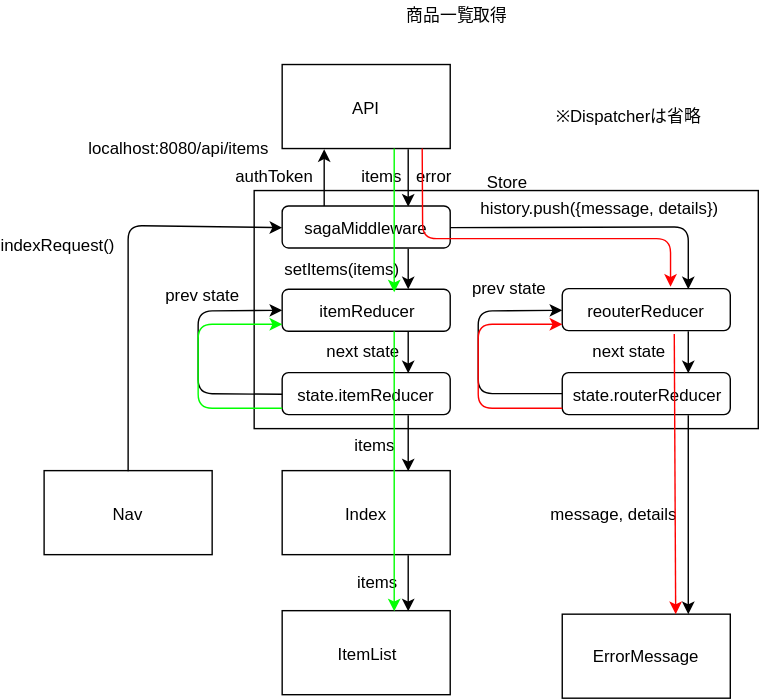
Before: diagram/dataFlow/index.svg, a diagram exported from draw.io (emgniddikur/react-app). Source tidied: cells renumbered, new cells last; positions are measured from the earlier drawing's top-left corner, leaving out a move shared by most shapes.
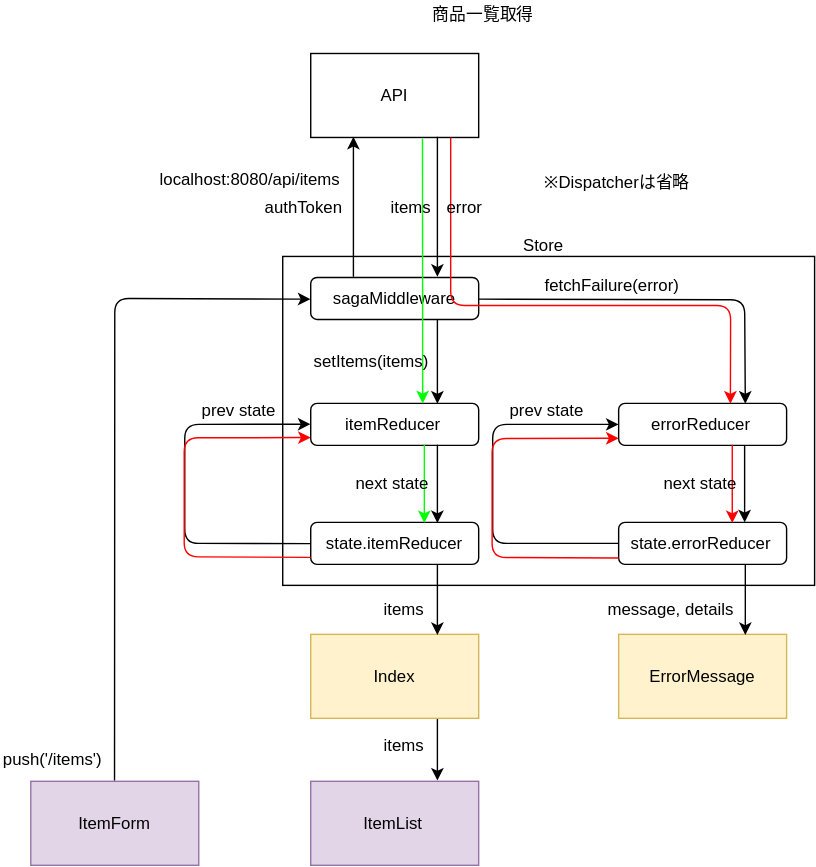
Later version of the same file.

Change to the diagram source:
```diff
@@ -2,193 +2,192 @@
   <root>
     <mxCell id="0" />
     <mxCell id="1" parent="0" />
-    <mxCell id="2" value="Index" style="rounded=0;whiteSpace=wrap;html=1;" parent="1" vertex="1">
-      <mxGeometry x="180" y="334.5" width="120" height="60" as="geometry" />
-    </mxCell>
-    <mxCell id="3" style="rounded=0;whiteSpace=wrap;html=1;" parent="1" vertex="1">
-      <mxGeometry x="160" y="134.5" width="360" height="170" as="geometry" />
-    </mxCell>
-    <mxCell id="4" value="ItemList" style="rounded=0;whiteSpace=wrap;html=1;" parent="1" vertex="1">
-      <mxGeometry x="180" y="434.5" width="120" height="60" as="geometry" />
-    </mxCell>
-    <mxCell id="5" style="endArrow=classic;html=1;entryX=0.75;entryY=0;entryDx=0;entryDy=0;exitX=0.75;exitY=1;exitDx=0;exitDy=0;" parent="1" edge="1" source="2" target="4">
-      <mxGeometry relative="1" as="geometry" />
-    </mxCell>
+    <mxCell id="48" style="rounded=0;whiteSpace=wrap;html=1;" parent="1" vertex="1">
+      <mxGeometry x="811.5" y="144.5" width="380" height="235" as="geometry" />
+    </mxCell>
+    <mxCell id="8" value="API&lt;br&gt;" style="rounded=0;whiteSpace=wrap;html=1;" parent="1" vertex="1">
+      <mxGeometry x="831.5" y="-0.5" width="120" height="60" as="geometry" />
+    </mxCell>
+    <mxCell id="9" value="sagaMiddleware" style="rounded=1;whiteSpace=wrap;html=1;" parent="1" vertex="1">
+      <mxGeometry x="831.5" y="159.5" width="120" height="30" as="geometry" />
+    </mxCell>
     <mxCell id="6" style="endArrow=classic;html=1;entryX=0.25;entryY=1;entryDx=0;entryDy=0;exitX=0.25;exitY=0;exitDx=0;exitDy=0;" parent="1" edge="1" source="9" target="8">
       <mxGeometry relative="1" as="geometry" />
     </mxCell>
     <mxCell id="7" style="endArrow=classic;html=1;entryX=0.75;entryY=0;entryDx=0;entryDy=0;exitX=0.75;exitY=1;exitDx=0;exitDy=0;" parent="1" edge="1" source="8" target="9">
       <mxGeometry relative="1" as="geometry" />
     </mxCell>
-    <mxCell id="8" value="API&lt;br&gt;" style="rounded=0;whiteSpace=wrap;html=1;" parent="1" vertex="1">
-      <mxGeometry x="180" y="44.5" width="120" height="60" as="geometry" />
-    </mxCell>
-    <mxCell id="9" value="sagaMiddleware" style="rounded=1;whiteSpace=wrap;html=1;" parent="1" vertex="1">
-      <mxGeometry x="180" y="145.5" width="120" height="30" as="geometry" />
-    </mxCell>
+    <mxCell id="14" value="itemReducer" style="rounded=1;whiteSpace=wrap;html=1;" parent="1" vertex="1">
+      <mxGeometry x="831.5" y="249.5" width="120" height="30" as="geometry" />
+    </mxCell>
+    <mxCell id="13" style="endArrow=classic;html=1;entryX=0.75;entryY=0;entryDx=0;entryDy=0;exitX=0.75;exitY=1;exitDx=0;exitDy=0;" parent="1" edge="1" source="9" target="14">
+      <mxGeometry relative="1" as="geometry" />
+    </mxCell>
+    <mxCell id="26" value="authToken" style="text;html=1;align=left;verticalAlign=top;spacingTop=-4;" parent="1" vertex="1">
+      <mxGeometry x="796.5" y="99.5" width="70" height="20" as="geometry" />
+    </mxCell>
+    <mxCell id="38" value="localhost:8080/api/items" style="text;html=1;align=left;verticalAlign=top;spacingTop=-4;" parent="1" vertex="1">
+      <mxGeometry x="721.5" y="79.5" width="140" height="20" as="geometry" />
+    </mxCell>
+    <mxCell id="49" value="errorReducer&lt;br&gt;" style="rounded=1;whiteSpace=wrap;html=1;" parent="1" vertex="1">
+      <mxGeometry x="1051.5" y="249.5" width="120" height="30" as="geometry" />
+    </mxCell>
+    <mxCell id="50" style="endArrow=classic;html=1;entryX=0.75;entryY=0;entryDx=0;entryDy=0;exitX=1;exitY=0.5;exitDx=0;exitDy=0;" parent="1" edge="1" source="9" target="49">
+      <mxGeometry relative="1" as="geometry">
+        <Array as="points">
+          <mxPoint x="1141.5" y="175.5" />
+        </Array>
+      </mxGeometry>
+    </mxCell>
     <mxCell id="10" value="state.itemReducer" style="rounded=1;whiteSpace=wrap;html=1;" parent="1" vertex="1">
-      <mxGeometry x="180" y="264.5" width="120" height="30" as="geometry" />
+      <mxGeometry x="831.5" y="334.5" width="120" height="30" as="geometry" />
     </mxCell>
-    <mxCell id="11" value="Nav" style="rounded=0;whiteSpace=wrap;html=1;" parent="1" vertex="1">
-      <mxGeometry x="10" y="334.5" width="120" height="60" as="geometry" />
-    </mxCell>
-    <mxCell id="12" style="endArrow=classic;html=1;entryX=0;entryY=0.5;entryDx=0;entryDy=0;exitX=0.5;exitY=0;exitDx=0;exitDy=0;" parent="1" edge="1" source="11" target="9">
-      <mxGeometry relative="1" as="geometry">
-        <Array as="points">
-          <mxPoint x="70" y="159.5" />
-        </Array>
-      </mxGeometry>
-    </mxCell>
-    <mxCell id="13" style="endArrow=classic;html=1;entryX=0.75;entryY=0;entryDx=0;entryDy=0;exitX=0.75;exitY=1;exitDx=0;exitDy=0;" parent="1" edge="1" source="9" target="14">
-      <mxGeometry relative="1" as="geometry" />
-    </mxCell>
-    <mxCell id="14" value="itemReducer" style="rounded=1;whiteSpace=wrap;html=1;" parent="1" vertex="1">
-      <mxGeometry x="180" y="205" width="120" height="30" as="geometry" />
-    </mxCell>
-    <mxCell id="15" style="endArrow=classic;html=1;entryX=0.75;entryY=0;entryDx=0;entryDy=0;exitX=0.75;exitY=1;exitDx=0;exitDy=0;" parent="1" edge="1" source="14" target="10">
-      <mxGeometry relative="1" as="geometry" />
-    </mxCell>
+    <mxCell id="51" style="endArrow=classic;html=1;entryX=0.75;entryY=0;entryDx=0;entryDy=0;exitX=0.75;exitY=1;exitDx=0;exitDy=0;" parent="1" edge="1" source="14" target="10">
+      <mxGeometry relative="1" as="geometry" />
+    </mxCell>
     <mxCell id="16" style="endArrow=classic;html=1;entryX=0;entryY=0.5;entryDx=0;entryDy=0;exitX=0;exitY=0.5;exitDx=0;exitDy=0;" parent="1" edge="1" source="10" target="14">
       <mxGeometry relative="1" as="geometry">
         <Array as="points">
-          <mxPoint x="120" y="279.5" />
-          <mxPoint x="120" y="220.5" />
+          <mxPoint x="741.5" y="349.5" />
+          <mxPoint x="741.5" y="309.5" />
+          <mxPoint x="741.5" y="264.5" />
         </Array>
       </mxGeometry>
     </mxCell>
-    <mxCell id="17" value="reouterReducer&lt;br&gt;" style="rounded=1;whiteSpace=wrap;html=1;" parent="1" vertex="1">
-      <mxGeometry x="380" y="204.5" width="120" height="30" as="geometry" />
-    </mxCell>
-    <mxCell id="18" style="endArrow=classic;html=1;entryX=0.75;entryY=0;entryDx=0;entryDy=0;exitX=1;exitY=0.5;exitDx=0;exitDy=0;" parent="1" edge="1" source="9" target="17">
-      <mxGeometry relative="1" as="geometry">
-        <Array as="points">
-          <mxPoint x="470" y="160.5" />
-        </Array>
-      </mxGeometry>
-    </mxCell>
-    <mxCell id="19" value="state.routerReducer" style="rounded=1;whiteSpace=wrap;html=1;" parent="1" vertex="1">
-      <mxGeometry x="380" y="264.5" width="120" height="30" as="geometry" />
-    </mxCell>
-    <mxCell id="20" style="endArrow=classic;html=1;entryX=0;entryY=0.5;entryDx=0;entryDy=0;exitX=0;exitY=0.5;exitDx=0;exitDy=0;" parent="1" edge="1">
-      <mxGeometry relative="1" as="geometry">
-        <mxPoint x="380" y="279.5" as="sourcePoint" />
-        <mxPoint x="380" y="220" as="targetPoint" />
-        <Array as="points">
-          <mxPoint x="320" y="279.5" />
-          <mxPoint x="320" y="220.5" />
-        </Array>
-      </mxGeometry>
-    </mxCell>
-    <mxCell id="21" style="endArrow=classic;html=1;entryX=0.75;entryY=0;entryDx=0;entryDy=0;exitX=0.75;exitY=1;exitDx=0;exitDy=0;" parent="1" edge="1" source="17" target="19">
-      <mxGeometry relative="1" as="geometry" />
-    </mxCell>
+    <mxCell id="52" value="state.errorReducer" style="rounded=1;whiteSpace=wrap;html=1;" parent="1" vertex="1">
+      <mxGeometry x="1051.5" y="334.5" width="120" height="30" as="geometry" />
+    </mxCell>
+    <mxCell id="53" style="endArrow=classic;html=1;entryX=0.75;entryY=0;entryDx=0;entryDy=0;" parent="1" edge="1">
+      <mxGeometry relative="1" as="geometry">
+        <mxPoint x="1141.5" y="279.5" as="sourcePoint" />
+        <mxPoint x="1141.5" y="334.5" as="targetPoint" />
+      </mxGeometry>
+    </mxCell>
+    <mxCell id="54" value="prev state" style="text;html=1;align=left;verticalAlign=top;spacingTop=-4;" parent="1" vertex="1">
+      <mxGeometry x="751.5" y="244.5" width="70" height="20" as="geometry" />
+    </mxCell>
+    <mxCell id="55" style="endArrow=classic;html=1;entryX=0;entryY=0.5;entryDx=0;entryDy=0;exitX=0;exitY=0.5;exitDx=0;exitDy=0;" parent="1" edge="1">
+      <mxGeometry relative="1" as="geometry">
+        <mxPoint x="1051.5" y="349.5" as="sourcePoint" />
+        <mxPoint x="1051.5" y="264.5" as="targetPoint" />
+        <Array as="points">
+          <mxPoint x="961.5" y="349.5" />
+          <mxPoint x="961.5" y="309.5" />
+          <mxPoint x="961.5" y="264.5" />
+        </Array>
+      </mxGeometry>
+    </mxCell>
+    <mxCell id="56" value="prev state" style="text;html=1;align=left;verticalAlign=top;spacingTop=-4;" parent="1" vertex="1">
+      <mxGeometry x="971.5" y="244.5" width="70" height="20" as="geometry" />
+    </mxCell>
+    <mxCell id="57" value="fetchFailure(error)" style="text;html=1;align=left;verticalAlign=top;spacingTop=-4;" parent="1" vertex="1">
+      <mxGeometry x="996.5" y="155.5" width="110" height="20" as="geometry" />
+    </mxCell>
+    <mxCell id="2" value="Index" style="rounded=0;whiteSpace=wrap;html=1;fillColor=#fff2cc;strokeColor=#d6b656;" parent="1" vertex="1">
+      <mxGeometry x="831.5" y="414.5" width="120" height="60" as="geometry" />
+    </mxCell>
+    <mxCell id="4" value="ItemList" style="rounded=0;whiteSpace=wrap;html=1;fillColor=#e1d5e7;strokeColor=#9673a6;" parent="1" vertex="1">
+      <mxGeometry x="831.5" y="519.5" width="120" height="60" as="geometry" />
+    </mxCell>
+    <mxCell id="58" value="ItemForm" style="rounded=0;whiteSpace=wrap;html=1;fillColor=#e1d5e7;strokeColor=#9673a6;" parent="1" vertex="1">
+      <mxGeometry x="631.5" y="519.5" width="120" height="60" as="geometry" />
+    </mxCell>
+    <mxCell id="33" value="ErrorMessage" style="rounded=0;whiteSpace=wrap;html=1;fillColor=#fff2cc;strokeColor=#d6b656;" parent="1" vertex="1">
+      <mxGeometry x="1051.5" y="414.5" width="120" height="60" as="geometry" />
+    </mxCell>
     <mxCell id="22" style="endArrow=classic;html=1;entryX=0.75;entryY=0;entryDx=0;entryDy=0;exitX=0.75;exitY=1;exitDx=0;exitDy=0;" parent="1" edge="1" source="10" target="2">
       <mxGeometry relative="1" as="geometry" />
     </mxCell>
+    <mxCell id="59" value="items" style="text;html=1;align=left;verticalAlign=top;spacingTop=-4;" parent="1" vertex="1">
+      <mxGeometry x="881.5" y="387" width="40" height="20" as="geometry" />
+    </mxCell>
+    <mxCell id="5" style="endArrow=classic;html=1;entryX=0.75;entryY=0;entryDx=0;entryDy=0;exitX=0.75;exitY=1;exitDx=0;exitDy=0;" parent="1" edge="1" source="2" target="4">
+      <mxGeometry relative="1" as="geometry" />
+    </mxCell>
+    <mxCell id="60" style="endArrow=classic;html=1;entryX=0.75;entryY=0;entryDx=0;entryDy=0;exitX=0.75;exitY=1;exitDx=0;exitDy=0;" parent="1" edge="1" source="52" target="33">
+      <mxGeometry relative="1" as="geometry" />
+    </mxCell>
+    <mxCell id="35" value="message, details&lt;br&gt;" style="text;html=1;align=left;verticalAlign=top;spacingTop=-4;" parent="1" vertex="1">
+      <mxGeometry x="1041.5" y="387" width="110" height="20" as="geometry" />
+    </mxCell>
+    <mxCell id="61" value="items" style="text;html=1;align=left;verticalAlign=top;spacingTop=-4;" parent="1" vertex="1">
+      <mxGeometry x="881.5" y="483.5" width="40" height="20" as="geometry" />
+    </mxCell>
+    <mxCell id="62" style="endArrow=classic;html=1;entryX=0;entryY=0.5;entryDx=0;entryDy=0;exitX=0.5;exitY=0;exitDx=0;exitDy=0;" parent="1" edge="1" source="58" target="9">
+      <mxGeometry relative="1" as="geometry">
+        <Array as="points">
+          <mxPoint x="691.5" y="174.5" />
+        </Array>
+      </mxGeometry>
+    </mxCell>
+    <mxCell id="63" value="push('/items')" style="text;html=1;align=left;verticalAlign=top;spacingTop=-4;" parent="1" vertex="1">
+      <mxGeometry x="610" y="493.5" width="90" height="20" as="geometry" />
+    </mxCell>
+    <mxCell id="64" style="endArrow=classic;html=1;strokeColor=#FF0000;entryX=0.667;entryY=0.013;entryDx=0;entryDy=0;entryPerimeter=0;" parent="1" edge="1" target="49">
+      <mxGeometry relative="1" as="geometry">
+        <mxPoint x="931.5" y="59.5" as="sourcePoint" />
+        <Array as="points">
+          <mxPoint x="931.5" y="179.5" />
+          <mxPoint x="1131.5" y="179.5" />
+        </Array>
+      </mxGeometry>
+    </mxCell>
+    <mxCell id="65" style="endArrow=classic;html=1;strokeColor=#FF0000;exitX=0.671;exitY=0.983;exitDx=0;exitDy=0;exitPerimeter=0;entryX=0.671;entryY=0;entryDx=0;entryDy=0;entryPerimeter=0;" parent="1" edge="1" source="49" target="52">
+      <mxGeometry relative="1" as="geometry" />
+    </mxCell>
+    <mxCell id="66" style="endArrow=classic;html=1;strokeColor=#00FF00;exitX=0.667;exitY=1.017;exitDx=0;exitDy=0;exitPerimeter=0;" parent="1" edge="1" source="8">
+      <mxGeometry relative="1" as="geometry">
+        <mxPoint x="911.5" y="249.5" as="targetPoint" />
+      </mxGeometry>
+    </mxCell>
+    <mxCell id="67" style="endArrow=classic;html=1;strokeColor=#00FF00;entryX=0.675;entryY=0;entryDx=0;entryDy=0;entryPerimeter=0;exitX=0.671;exitY=1;exitDx=0;exitDy=0;exitPerimeter=0;" parent="1" edge="1" source="14" target="10">
+      <mxGeometry relative="1" as="geometry" />
+    </mxCell>
+    <mxCell id="68" style="endArrow=classic;html=1;entryX=0;entryY=0.5;entryDx=0;entryDy=0;exitX=0;exitY=0.5;exitDx=0;exitDy=0;strokeColor=#FF0000;" parent="1" edge="1">
+      <mxGeometry relative="1" as="geometry">
+        <mxPoint x="831.5" y="359.5" as="sourcePoint" />
+        <mxPoint x="831.5" y="273.9" as="targetPoint" />
+        <Array as="points">
+          <mxPoint x="741.1" y="359.1" />
+          <mxPoint x="741.1" y="319.1" />
+          <mxPoint x="741.1" y="274.1" />
+        </Array>
+      </mxGeometry>
+    </mxCell>
+    <mxCell id="69" value="items" style="text;html=1;align=left;verticalAlign=top;spacingTop=-4;" parent="1" vertex="1">
+      <mxGeometry x="886.5" y="99.5" width="40" height="20" as="geometry" />
+    </mxCell>
+    <mxCell id="37" value="error" style="text;html=1;align=left;verticalAlign=top;spacingTop=-4;" parent="1" vertex="1">
+      <mxGeometry x="926.5" y="99.5" width="40" height="20" as="geometry" />
+    </mxCell>
+    <mxCell id="27" value="setItems(items)" style="text;html=1;align=left;verticalAlign=top;spacingTop=-4;" parent="1" vertex="1">
+      <mxGeometry x="831.5" y="209.5" width="100" height="20" as="geometry" />
+    </mxCell>
+    <mxCell id="70" value="next state" style="text;html=1;align=left;verticalAlign=top;spacingTop=-4;" parent="1" vertex="1">
+      <mxGeometry x="1081.5" y="297" width="70" height="20" as="geometry" />
+    </mxCell>
+    <mxCell id="71" value="next state" style="text;html=1;align=left;verticalAlign=top;spacingTop=-4;" parent="1" vertex="1">
+      <mxGeometry x="861.5" y="297" width="70" height="20" as="geometry" />
+    </mxCell>
+    <mxCell id="72" style="endArrow=classic;html=1;entryX=0;entryY=0.5;entryDx=0;entryDy=0;exitX=0;exitY=0.5;exitDx=0;exitDy=0;fillColor=#a20025;strokeColor=#FF0000;" parent="1" edge="1">
+      <mxGeometry relative="1" as="geometry">
+        <mxPoint x="1051.5" y="360" as="sourcePoint" />
+        <mxPoint x="1051.5" y="274.4" as="targetPoint" />
+        <Array as="points">
+          <mxPoint x="961.1" y="359.6" />
+          <mxPoint x="961.1" y="319.6" />
+          <mxPoint x="961.1" y="274.6" />
+        </Array>
+      </mxGeometry>
+    </mxCell>
+    <mxCell id="40" value="※Dispatcherは省略" style="text;html=1;align=left;verticalAlign=top;spacingTop=-4;" parent="1" vertex="1">
+      <mxGeometry x="996.5" y="82" width="120" height="20" as="geometry" />
+    </mxCell>
     <mxCell id="23" value="商品一覧取得&lt;br&gt;" style="text;html=1;align=left;verticalAlign=top;spacingTop=-4;" parent="1" vertex="1">
-      <mxGeometry x="267" y="-0.5" width="90" height="20" as="geometry" />
+      <mxGeometry x="916.5" y="-38" width="90" height="20" as="geometry" />
     </mxCell>
-    <mxCell id="24" value="items" style="text;html=1;align=left;verticalAlign=top;spacingTop=-4;" parent="1" vertex="1">
-      <mxGeometry x="235" y="115" width="40" height="20" as="geometry" />
-    </mxCell>
-    <mxCell id="25" value="indexRequest()" style="text;html=1;strokeColor=none;fillColor=none;align=center;verticalAlign=middle;whiteSpace=wrap;rounded=0;" parent="1" vertex="1">
-      <mxGeometry y="163" width="40" height="20" as="geometry" />
-    </mxCell>
-    <mxCell id="26" value="authToken" style="text;html=1;align=left;verticalAlign=top;spacingTop=-4;" parent="1" vertex="1">
-      <mxGeometry x="145" y="115" width="70" height="20" as="geometry" />
-    </mxCell>
-    <mxCell id="27" value="setItems(items)" style="text;html=1;align=left;verticalAlign=top;spacingTop=-4;" parent="1" vertex="1">
-      <mxGeometry x="180" y="180.5" width="100" height="20" as="geometry" />
-    </mxCell>
-    <mxCell id="28" value="prev state" style="text;html=1;align=left;verticalAlign=top;spacingTop=-4;" parent="1" vertex="1">
-      <mxGeometry x="95" y="199.5" width="70" height="20" as="geometry" />
-    </mxCell>
-    <mxCell id="29" value="next state" style="text;html=1;align=left;verticalAlign=top;spacingTop=-4;" parent="1" vertex="1">
-      <mxGeometry x="210" y="240" width="70" height="20" as="geometry" />
-    </mxCell>
-    <mxCell id="30" value="items" style="text;html=1;align=left;verticalAlign=top;spacingTop=-4;" parent="1" vertex="1">
-      <mxGeometry x="230" y="307" width="40" height="20" as="geometry" />
-    </mxCell>
-    <mxCell id="31" value="items" style="text;html=1;align=left;verticalAlign=top;spacingTop=-4;" parent="1" vertex="1">
-      <mxGeometry x="232" y="404.5" width="40" height="20" as="geometry" />
-    </mxCell>
-    <mxCell id="32" value="prev state" style="text;html=1;align=left;verticalAlign=top;spacingTop=-4;" parent="1" vertex="1">
-      <mxGeometry x="314" y="195" width="70" height="20" as="geometry" />
-    </mxCell>
-    <mxCell id="33" value="ErrorMessage" style="rounded=0;whiteSpace=wrap;html=1;" parent="1" vertex="1">
-      <mxGeometry x="380" y="437" width="120" height="60" as="geometry" />
-    </mxCell>
-    <mxCell id="34" style="endArrow=classic;html=1;entryX=0.75;entryY=0;entryDx=0;entryDy=0;exitX=0.75;exitY=1;exitDx=0;exitDy=0;" parent="1" edge="1" source="19" target="33">
-      <mxGeometry relative="1" as="geometry" />
-    </mxCell>
-    <mxCell id="35" value="message, details" style="text;html=1;align=left;verticalAlign=top;spacingTop=-4;" parent="1" vertex="1">
-      <mxGeometry x="370" y="356" width="110" height="20" as="geometry" />
-    </mxCell>
-    <mxCell id="36" value="next state" style="text;html=1;align=left;verticalAlign=top;spacingTop=-4;" parent="1" vertex="1">
-      <mxGeometry x="400" y="240" width="70" height="20" as="geometry" />
-    </mxCell>
-    <mxCell id="37" value="error" style="text;html=1;align=left;verticalAlign=top;spacingTop=-4;" parent="1" vertex="1">
-      <mxGeometry x="274" y="115" width="40" height="20" as="geometry" />
-    </mxCell>
-    <mxCell id="38" value="localhost:8080/api/items" style="text;html=1;align=left;verticalAlign=top;spacingTop=-4;" parent="1" vertex="1">
-      <mxGeometry x="40" y="94.5" width="140" height="20" as="geometry" />
-    </mxCell>
-    <mxCell id="39" value="history.push({message, details})" style="text;html=1;align=left;verticalAlign=top;spacingTop=-4;" parent="1" vertex="1">
-      <mxGeometry x="320" y="137.5" width="190" height="20" as="geometry" />
-    </mxCell>
-    <mxCell id="40" value="※Dispatcherは省略" style="text;html=1;align=left;verticalAlign=top;spacingTop=-4;" parent="1" vertex="1">
-      <mxGeometry x="374" y="72" width="120" height="20" as="geometry" />
-    </mxCell>
-    <mxCell id="41" style="endArrow=classic;html=1;strokeColor=#00FF00;exitX=0.667;exitY=0.983;exitDx=0;exitDy=0;exitPerimeter=0;entryX=0.671;entryY=0.033;entryDx=0;entryDy=0;entryPerimeter=0;" parent="1" edge="1">
-      <mxGeometry relative="1" as="geometry">
-        <mxPoint x="260" y="104.5" as="sourcePoint" />
-        <mxPoint x="260" y="207.2" as="targetPoint" />
-      </mxGeometry>
-    </mxCell>
-    <mxCell id="42" style="endArrow=classic;html=1;strokeColor=#00FF00;" parent="1" edge="1">
-      <mxGeometry relative="1" as="geometry">
-        <mxPoint x="180" y="290" as="sourcePoint" />
-        <mxPoint x="180" y="230" as="targetPoint" />
-        <Array as="points">
-          <mxPoint x="120" y="290" />
-          <mxPoint x="120" y="230" />
-        </Array>
-      </mxGeometry>
-    </mxCell>
-    <mxCell id="43" style="endArrow=classic;html=1;strokeColor=#00FF00;exitX=0.667;exitY=0.983;exitDx=0;exitDy=0;exitPerimeter=0;" parent="1" edge="1">
-      <mxGeometry relative="1" as="geometry">
-        <mxPoint x="260" y="235" as="sourcePoint" />
-        <mxPoint x="260" y="435" as="targetPoint" />
-      </mxGeometry>
-    </mxCell>
-    <mxCell id="44" style="endArrow=classic;html=1;strokeColor=#FF0000;exitX=0.858;exitY=1.017;exitDx=0;exitDy=0;exitPerimeter=0;entryX=0.667;entryY=-0.033;entryDx=0;entryDy=0;entryPerimeter=0;" parent="1" edge="1">
-      <mxGeometry relative="1" as="geometry">
-        <mxPoint x="280" y="104.5" as="sourcePoint" />
-        <mxPoint x="457.3" y="203.2" as="targetPoint" />
-        <Array as="points">
-          <mxPoint x="280.3" y="168.8" />
-          <mxPoint x="457.3" y="168.8" />
-        </Array>
-      </mxGeometry>
-    </mxCell>
-    <mxCell id="45" style="endArrow=classic;html=1;strokeColor=#FF0000;" parent="1" edge="1">
-      <mxGeometry relative="1" as="geometry">
-        <mxPoint x="380" y="290" as="sourcePoint" />
-        <mxPoint x="380" y="230" as="targetPoint" />
-        <Array as="points">
-          <mxPoint x="320" y="290" />
-          <mxPoint x="320" y="230" />
-        </Array>
-      </mxGeometry>
-    </mxCell>
-    <mxCell id="46" style="endArrow=classic;html=1;strokeColor=#FF0000;" parent="1" edge="1">
-      <mxGeometry relative="1" as="geometry">
-        <mxPoint x="460" y="237" as="sourcePoint" />
-        <mxPoint x="461" y="437" as="targetPoint" />
-      </mxGeometry>
-    </mxCell>
     <mxCell id="47" value="Store" style="text;html=1;strokeColor=none;fillColor=none;align=center;verticalAlign=middle;whiteSpace=wrap;rounded=0;" parent="1" vertex="1">
-      <mxGeometry x="320" y="117.5" width="40" height="20" as="geometry" />
+      <mxGeometry x="976.5" y="125.5" width="40" height="20" as="geometry" />
     </mxCell>
   </root>
 </mxGraphModel>
```
